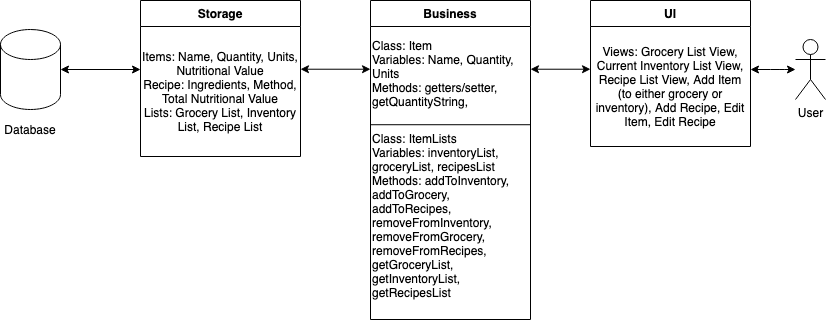
ShahzaibParacha/SmartKitchen keeps this draw.io diagram as architecture.png. Above is the earlier version. Source tidied: cells renumbered, new cells last; positions are measured from the earlier drawing's top-left corner, leaving out a move shared by most shapes. Source of this version:
```xml
<mxGraphModel>
  <root>
    <mxCell id="0" />
    <mxCell id="1" parent="0" />
    <mxCell id="2" value="Business" style="swimlane;fontStyle=1;align=center;verticalAlign=top;horizontal=1;startSize=26;rounded=0;shadow=0;strokeWidth=1;" parent="1" vertex="1">
      <mxGeometry x="370" width="160" height="319" as="geometry" />
    </mxCell>
    <mxCell id="3" style="endArrow=none;html=1;" parent="2" edge="1">
      <mxGeometry relative="1" as="geometry">
        <mxPoint y="124.2" as="sourcePoint" />
        <mxPoint x="160" y="124.2" as="targetPoint" />
      </mxGeometry>
    </mxCell>
    <mxCell id="4" value="Class: Item&lt;br&gt;Variables: Name, Quantity, Units&lt;br&gt;Methods: getters/setter, getQuantityString,&amp;nbsp;" style="text;html=1;strokeColor=none;fillColor=none;align=left;verticalAlign=middle;whiteSpace=wrap;rounded=0;" parent="2" vertex="1">
      <mxGeometry y="26" width="160" height="94" as="geometry" />
    </mxCell>
    <mxCell id="5" value="Class: ItemLists&lt;br&gt;Variables: inventoryList, groceryList, recipesList&amp;nbsp;&lt;br&gt;Methods: addToInventory, addToGrocery, addToRecipes, removeFromInventory, removeFromGrocery, removeFromRecipes, getGroceryList, getInventoryList, getRecipesList" style="text;html=1;strokeColor=none;fillColor=none;align=left;verticalAlign=middle;whiteSpace=wrap;rounded=0;" parent="2" vertex="1">
      <mxGeometry y="120" width="160" height="190" as="geometry" />
    </mxCell>
    <mxCell id="6" value="Storage" style="swimlane;fontStyle=1;align=center;verticalAlign=top;horizontal=1;startSize=26;rounded=0;shadow=0;strokeWidth=1;" parent="1" vertex="1">
      <mxGeometry x="140" width="160" height="156" as="geometry" />
    </mxCell>
    <mxCell id="7" value="Items: Name, Quantity, Units, Nutritional Value&lt;br&gt;Recipe: Ingredients, Method, Total Nutritional Value&lt;br&gt;Lists: Grocery List, Inventory List, Recipe List" style="text;html=1;strokeColor=none;fillColor=none;align=center;verticalAlign=middle;whiteSpace=wrap;rounded=0;" parent="6" vertex="1">
      <mxGeometry y="26" width="160" height="130" as="geometry" />
    </mxCell>
    <mxCell id="8" value="UI" style="swimlane;fontStyle=1;align=center;verticalAlign=top;horizontal=1;startSize=26;rounded=0;shadow=0;strokeWidth=1;" parent="1" vertex="1">
      <mxGeometry x="590" width="160" height="146" as="geometry" />
    </mxCell>
    <mxCell id="9" value="&lt;span&gt;Views: Grocery List View, Current Inventory List View, Recipe List View, Add Item (to either grocery or inventory), Add Recipe, Edit Item, Edit Recipe&lt;/span&gt;" style="text;html=1;strokeColor=none;fillColor=none;align=center;verticalAlign=middle;whiteSpace=wrap;rounded=0;" parent="8" vertex="1">
      <mxGeometry y="26" width="160" height="120" as="geometry" />
    </mxCell>
    <mxCell id="10" style="shape=cylinder3;whiteSpace=wrap;html=1;boundedLbl=1;backgroundOutline=1;size=15;" parent="1" vertex="1">
      <mxGeometry y="29" width="60" height="80" as="geometry" />
    </mxCell>
    <mxCell id="11" style="endArrow=classic;startArrow=classic;html=1;exitX=1;exitY=0.5;exitDx=0;exitDy=0;exitPerimeter=0;" parent="1" edge="1" source="10">
      <mxGeometry relative="1" as="geometry">
        <mxPoint x="140" y="69" as="targetPoint" />
      </mxGeometry>
    </mxCell>
    <mxCell id="12" style="endArrow=classic;startArrow=classic;html=1;entryX=1;entryY=0.5;entryDx=0;entryDy=0;exitX=0;exitY=0.5;exitDx=0;exitDy=0;" parent="1" edge="1">
      <mxGeometry relative="1" as="geometry">
        <mxPoint x="370" y="68.7" as="sourcePoint" />
        <mxPoint x="300" y="68.7" as="targetPoint" />
      </mxGeometry>
    </mxCell>
    <mxCell id="13" style="endArrow=classic;startArrow=classic;html=1;" parent="1" edge="1">
      <mxGeometry relative="1" as="geometry">
        <mxPoint x="530" y="68.7" as="sourcePoint" />
        <mxPoint x="590" y="68.7" as="targetPoint" />
      </mxGeometry>
    </mxCell>
    <mxCell id="14" style="endArrow=classic;startArrow=classic;html=1;" parent="1" edge="1" target="15">
      <mxGeometry relative="1" as="geometry">
        <mxPoint x="750" y="69" as="sourcePoint" />
        <Array as="points">
          <mxPoint x="780" y="69" />
        </Array>
      </mxGeometry>
    </mxCell>
    <mxCell id="15" value="User" style="shape=umlActor;verticalLabelPosition=bottom;verticalAlign=top;html=1;" parent="1" vertex="1">
      <mxGeometry x="795" y="39" width="30" height="60" as="geometry" />
    </mxCell>
    <mxCell id="16" value="Database" style="text;html=1;strokeColor=none;fillColor=none;align=center;verticalAlign=middle;whiteSpace=wrap;rounded=0;" parent="1" vertex="1">
      <mxGeometry x="10" y="119" width="40" height="20" as="geometry" />
    </mxCell>
  </root>
</mxGraphModel>
```
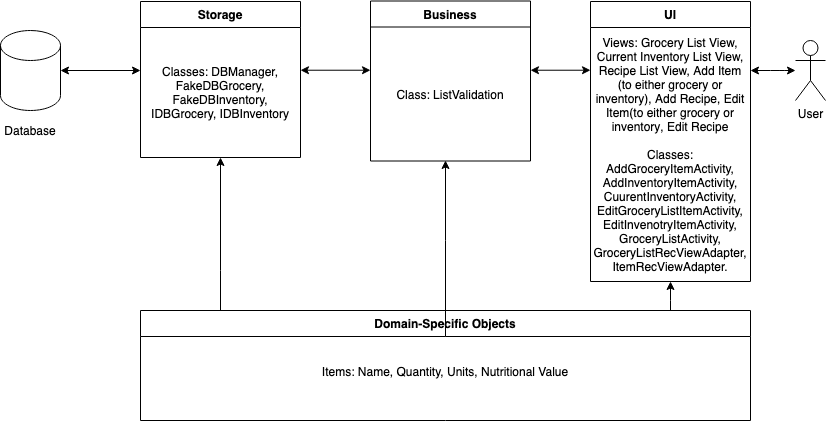
Above is the later version.

The edit, as a diff of the source:
```diff
@@ -3,31 +3,22 @@
     <mxCell id="0" />
     <mxCell id="1" parent="0" />
     <mxCell id="2" value="Business" style="swimlane;fontStyle=1;align=center;verticalAlign=top;horizontal=1;startSize=26;rounded=0;shadow=0;strokeWidth=1;" parent="1" vertex="1">
-      <mxGeometry x="370" width="160" height="319" as="geometry" />
+      <mxGeometry x="370" y="-0.5" width="160" height="160" as="geometry" />
     </mxCell>
-    <mxCell id="3" style="endArrow=none;html=1;" parent="2" edge="1">
-      <mxGeometry relative="1" as="geometry">
-        <mxPoint y="124.2" as="sourcePoint" />
-        <mxPoint x="160" y="124.2" as="targetPoint" />
-      </mxGeometry>
-    </mxCell>
-    <mxCell id="4" value="Class: Item&lt;br&gt;Variables: Name, Quantity, Units&lt;br&gt;Methods: getters/setter, getQuantityString,&amp;nbsp;" style="text;html=1;strokeColor=none;fillColor=none;align=left;verticalAlign=middle;whiteSpace=wrap;rounded=0;" parent="2" vertex="1">
-      <mxGeometry y="26" width="160" height="94" as="geometry" />
+    <mxCell id="4" value="Class: ListValidation" style="text;html=1;strokeColor=none;fillColor=none;align=center;verticalAlign=middle;whiteSpace=wrap;rounded=0;" parent="2" vertex="1">
+      <mxGeometry y="26" width="160" height="134" as="geometry" />
     </mxCell>
-    <mxCell id="5" value="Class: ItemLists&lt;br&gt;Variables: inventoryList, groceryList, recipesList&amp;nbsp;&lt;br&gt;Methods: addToInventory, addToGrocery, addToRecipes, removeFromInventory, removeFromGrocery, removeFromRecipes, getGroceryList, getInventoryList, getRecipesList" style="text;html=1;strokeColor=none;fillColor=none;align=left;verticalAlign=middle;whiteSpace=wrap;rounded=0;" parent="2" vertex="1">
-      <mxGeometry y="120" width="160" height="190" as="geometry" />
-    </mxCell>
     <mxCell id="6" value="Storage" style="swimlane;fontStyle=1;align=center;verticalAlign=top;horizontal=1;startSize=26;rounded=0;shadow=0;strokeWidth=1;" parent="1" vertex="1">
       <mxGeometry x="140" width="160" height="156" as="geometry" />
     </mxCell>
-    <mxCell id="7" value="Items: Name, Quantity, Units, Nutritional Value&lt;br&gt;Recipe: Ingredients, Method, Total Nutritional Value&lt;br&gt;Lists: Grocery List, Inventory List, Recipe List" style="text;html=1;strokeColor=none;fillColor=none;align=center;verticalAlign=middle;whiteSpace=wrap;rounded=0;" parent="6" vertex="1">
+    <mxCell id="7" value="Classes: DBManager, FakeDBGrocery, FakeDBInventory, IDBGrocery, IDBInventory" style="text;html=1;strokeColor=none;fillColor=none;align=center;verticalAlign=middle;whiteSpace=wrap;rounded=0;" parent="6" vertex="1">
       <mxGeometry y="26" width="160" height="130" as="geometry" />
     </mxCell>
     <mxCell id="8" value="UI" style="swimlane;fontStyle=1;align=center;verticalAlign=top;horizontal=1;startSize=26;rounded=0;shadow=0;strokeWidth=1;" parent="1" vertex="1">
-      <mxGeometry x="590" width="160" height="146" as="geometry" />
+      <mxGeometry x="590" width="160" height="280" as="geometry" />
     </mxCell>
-    <mxCell id="9" value="&lt;span&gt;Views: Grocery List View, Current Inventory List View, Recipe List View, Add Item (to either grocery or inventory), Add Recipe, Edit Item, Edit Recipe&lt;/span&gt;" style="text;html=1;strokeColor=none;fillColor=none;align=center;verticalAlign=middle;whiteSpace=wrap;rounded=0;" parent="8" vertex="1">
-      <mxGeometry y="26" width="160" height="120" as="geometry" />
+    <mxCell id="9" value="&lt;span&gt;Views: Grocery List View, Current Inventory List View, Recipe List View, Add Item (to either grocery or inventory), Add Recipe, Edit Item&lt;/span&gt;(to either grocery or inventory&lt;span&gt;, Edit Recipe&lt;br&gt;&lt;br&gt;Classes: AddGroceryItemActivity, AddInventoryItemActivity, CuurentInventoryActivity, EditGroceryListItemActivity, EditInvenotryItemActivity, GroceryListActivity, GroceryListRecViewAdapter, ItemRecViewAdapter.&lt;/span&gt;&lt;span&gt;&lt;br&gt;&lt;/span&gt;" style="text;html=1;strokeColor=none;fillColor=none;align=center;verticalAlign=middle;whiteSpace=wrap;rounded=0;" parent="8" vertex="1">
+      <mxGeometry y="26" width="160" height="254" as="geometry" />
     </mxCell>
     <mxCell id="10" style="shape=cylinder3;whiteSpace=wrap;html=1;boundedLbl=1;backgroundOutline=1;size=15;" parent="1" vertex="1">
       <mxGeometry y="29" width="60" height="80" as="geometry" />
@@ -63,5 +54,39 @@
     <mxCell id="16" value="Database" style="text;html=1;strokeColor=none;fillColor=none;align=center;verticalAlign=middle;whiteSpace=wrap;rounded=0;" parent="1" vertex="1">
       <mxGeometry x="10" y="119" width="40" height="20" as="geometry" />
     </mxCell>
+    <mxCell id="17" style="edgeStyle=orthogonalEdgeStyle;rounded=0;jettySize=auto;html=1;entryX=0.5;entryY=1;entryDx=0;entryDy=0;" parent="1" edge="1" source="19" target="7">
+      <mxGeometry relative="1" as="geometry">
+        <Array as="points">
+          <mxPoint x="220" y="269" />
+          <mxPoint x="220" y="269" />
+        </Array>
+      </mxGeometry>
+    </mxCell>
+    <mxCell id="18" style="edgeStyle=orthogonalEdgeStyle;rounded=0;jettySize=auto;html=1;entryX=0.5;entryY=1;entryDx=0;entryDy=0;" parent="1" edge="1" source="19" target="9">
+      <mxGeometry relative="1" as="geometry">
+        <Array as="points">
+          <mxPoint x="670" y="299" />
+          <mxPoint x="670" y="299" />
+        </Array>
+      </mxGeometry>
+    </mxCell>
+    <mxCell id="19" value="Domain-Specific Objects" style="swimlane;fontStyle=1;align=center;verticalAlign=top;horizontal=1;startSize=26;rounded=0;shadow=0;strokeWidth=1;" parent="1" vertex="1">
+      <mxGeometry x="140" y="309" width="610" height="110" as="geometry" />
+    </mxCell>
+    <mxCell id="20" style="edgeStyle=orthogonalEdgeStyle;rounded=0;orthogonalLoop=1;jettySize=auto;html=1;exitX=0.5;exitY=1;exitDx=0;exitDy=0;" parent="19" edge="1" source="21" target="21">
+      <mxGeometry relative="1" as="geometry" />
+    </mxCell>
+    <mxCell id="21" value="Items: Name, Quantity, Units, Nutritional Value&lt;br&gt;&lt;br&gt;" style="text;html=1;strokeColor=none;fillColor=none;align=center;verticalAlign=middle;whiteSpace=wrap;rounded=0;" parent="19" vertex="1">
+      <mxGeometry y="26" width="610" height="84" as="geometry" />
+    </mxCell>
+    <mxCell id="22" style="edgeStyle=orthogonalEdgeStyle;rounded=0;jettySize=auto;html=1;" parent="1" edge="1" source="21">
+      <mxGeometry relative="1" as="geometry">
+        <mxPoint x="445" y="159" as="targetPoint" />
+        <Array as="points">
+          <mxPoint x="445" y="239" />
+          <mxPoint x="445" y="239" />
+        </Array>
+      </mxGeometry>
+    </mxCell>
   </root>
 </mxGraphModel>
```
